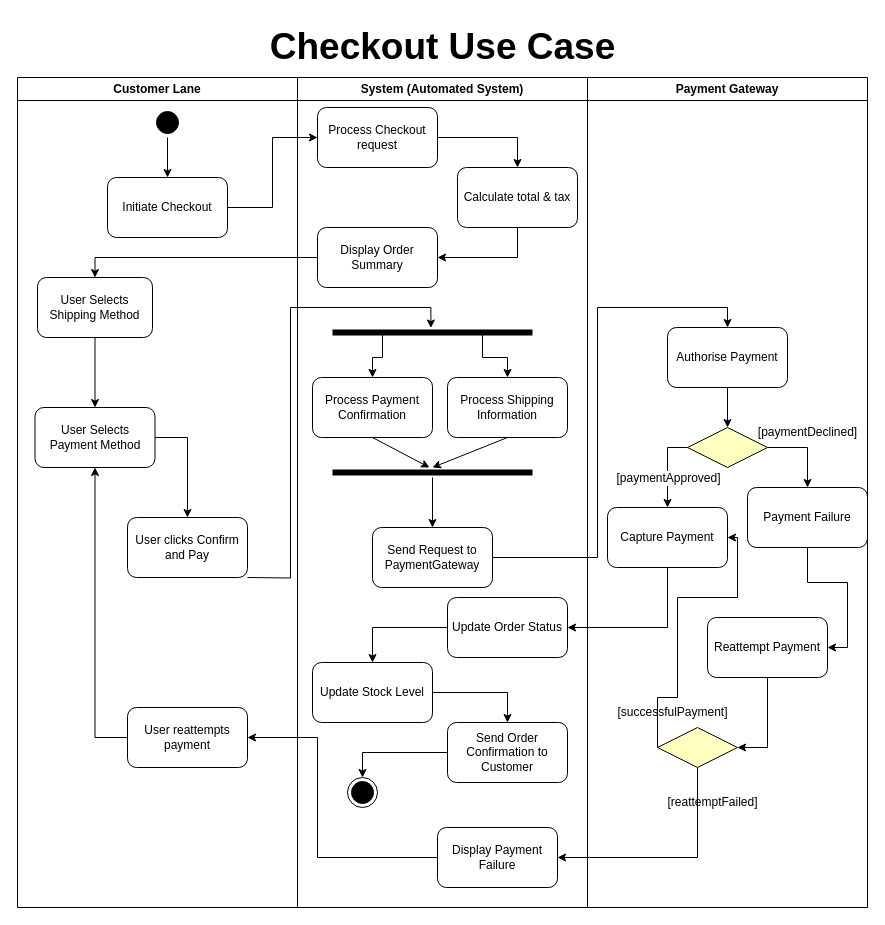
Above: ebay-1.drawio in AhmedElamari/Software-design-saved (draw.io), before the change. Source tidied: cells renumbered, new cells numbered last; positions are measured from the earlier drawing's top-left corner, leaving out a move shared by most shapes. Both pictures are drawn from the tidied source at 100%, with x=0, y=0 at pixel (17, 17).
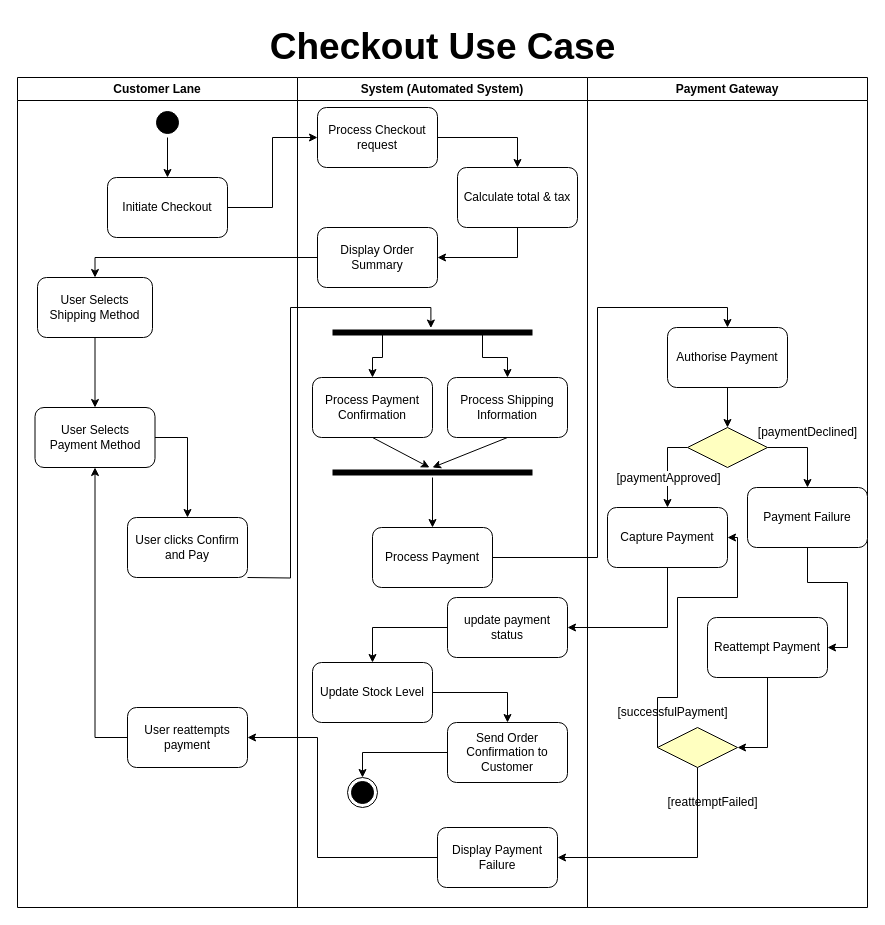
Above is the later version.

Unchanged cells that the change refers to:
```xml
<mxCell id="13" value="System (Automated System)" style="swimlane;whiteSpace=wrap;html=1;" parent="1" vertex="1">
  <mxGeometry x="280" y="60" width="290" height="830" as="geometry" />
</mxCell>
```

The edit, as a diff of the source:
```diff
@@
-    <mxCell id="15" value="Update Order Status" style="rounded=1;whiteSpace=wrap;html=1;" parent="13" vertex="1">
+    <mxCell id="15" value="update payment status" style="rounded=1;whiteSpace=wrap;html=1;" parent="13" vertex="1">
       <mxGeometry x="150" y="520" width="120" height="60" as="geometry" />
     </mxCell>
@@
-    <mxCell id="34" value="Send Request to PaymentGateway" style="rounded=1;whiteSpace=wrap;html=1;" parent="13" vertex="1">
+    <mxCell id="34" value="Process Payment" style="rounded=1;whiteSpace=wrap;html=1;" parent="13" vertex="1">
       <mxGeometry x="75" y="450" width="120" height="60" as="geometry" />
     </mxCell>
```
